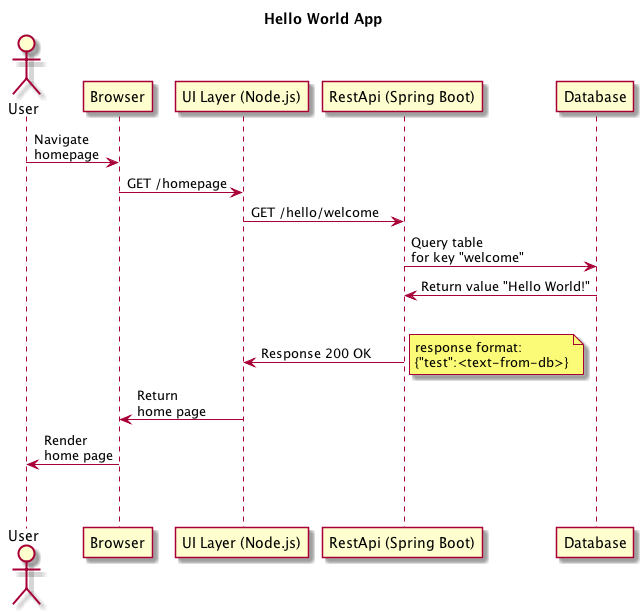
Above: examples/hello-world/diagrams/sequence-diagram.png in AlfrescoArchive/alfresco-anaxes-shipyard (PlantUML), before the change. Its source is kept beside it as examples/hello-world/diagrams/sequence-diagram.puml.
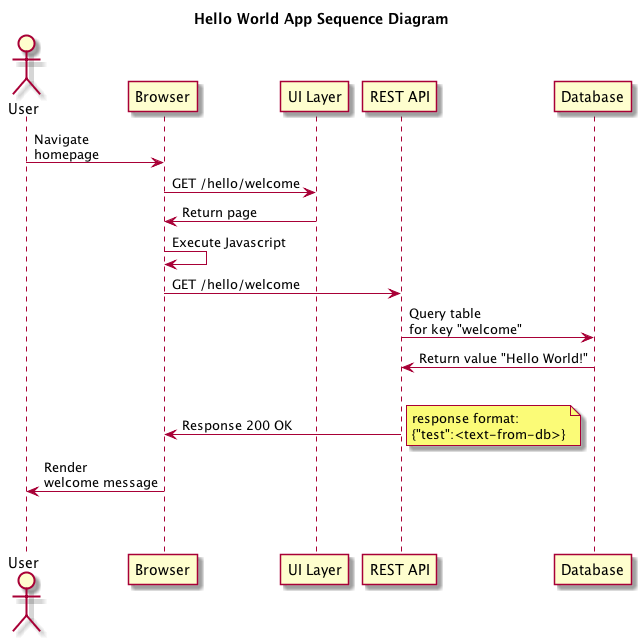
Later version of the same file.

Change to the diagram source:
```diff
@@ -5,22 +5,23 @@
 actor "User" as U
 participant "Browser" as B
 participant "UI Layer" as UI
-participant "RestApi" as RA
+participant "REST API" as RA
 participant "Database" as DB
 
 U -> B: Navigate\nhomepage
-B -> UI: GET /homepage
-UI -> RA: GET /hello/welcome
+B -> UI: GET /hello/welcome
+UI -> B: Return page
+B -> B: Execute Javascript
+B -> RA: GET /hello/welcome
 RA -> DB:Query table\nfor key "welcome"
 DB -> RA:Return value "Hello World!"
 |||
-RA -> UI:Response 200 OK
+RA -> B:Response 200 OK
 note right
 response format:
 {"test":<text-from-db>}
 end note
-UI -> B: Return\nhome page
-B -> U: Render\nhome page
+B -> U: Render\nwelcome message
 ||45||
 
 @enduml
```
